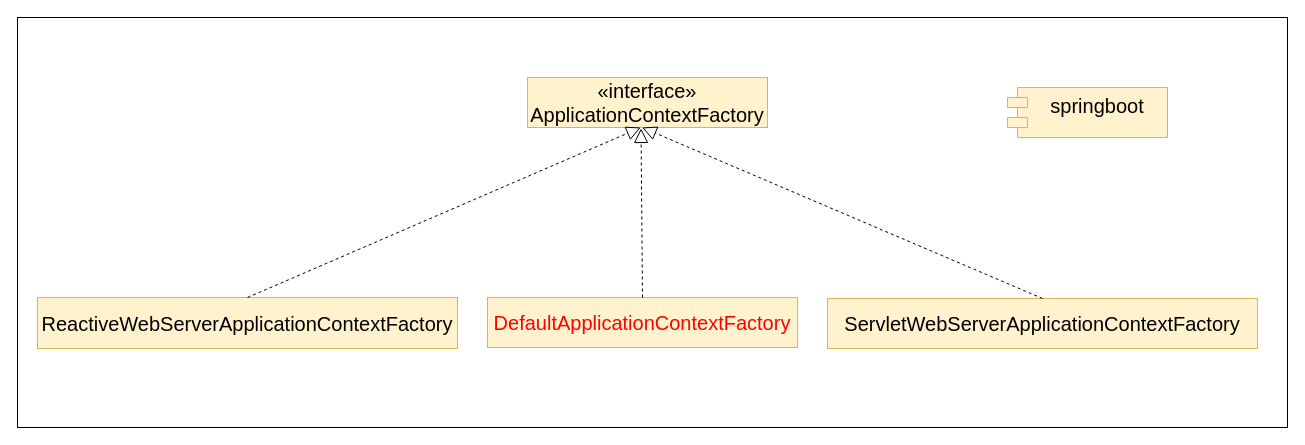
This is dubbo-learning-doc/drawio/源码分析/2_AbstractApplicationContext_refresh方法/主要类图/ApplicationContextFactory类图.drawio from czwer/dubbo-learning, a draw.io file, before an edit. Source tidied: cells renumbered, new cells numbered last; positions are measured from the earlier drawing's top-left corner, leaving out a move shared by most shapes. Both pictures are drawn from the tidied source at 100%, with x=0, y=0 at pixel (17, 17).
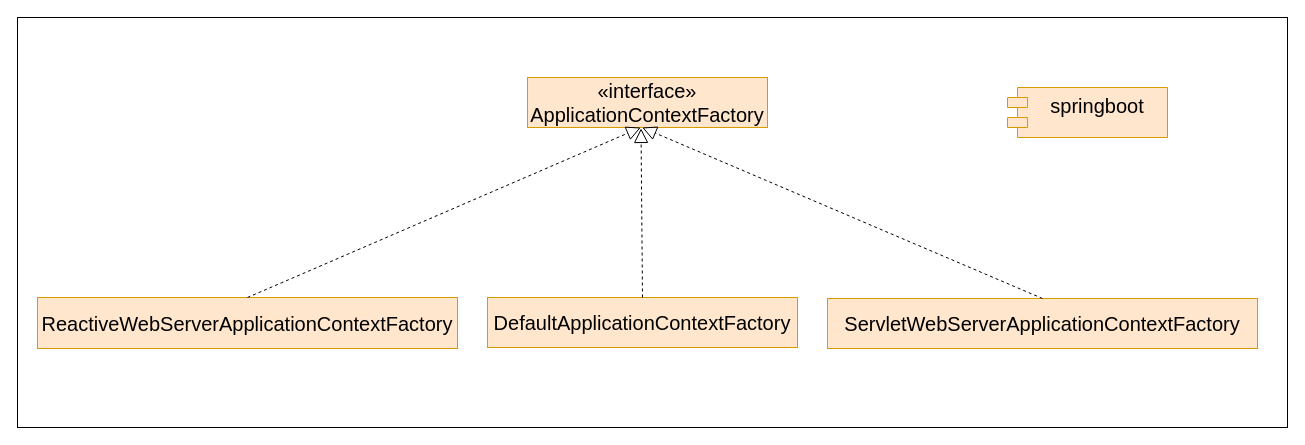
The same page after the edit.

Diff of the diagram source:
```diff
@@
 <mxGraphModel>
   <root>
     <mxCell id="0" />
     <mxCell id="1" parent="0" />
     <mxCell id="2" style="rounded=0;whiteSpace=wrap;html=1;" parent="1" vertex="1">
       <mxGeometry width="1270" height="410" as="geometry" />
     </mxCell>
-    <mxCell id="3" value="&lt;div&gt;ReactiveWebServerApplicationContextFactory&lt;/div&gt;" style="html=1;whiteSpace=wrap;fontSize=20;verticalAlign=middle;align=center;fillColor=#fff2cc;strokeColor=#d6b656;" parent="1" vertex="1">
+    <mxCell id="3" value="&lt;div&gt;ReactiveWebServerApplicationContextFactory&lt;/div&gt;" style="html=1;whiteSpace=wrap;fontSize=20;verticalAlign=middle;align=center;fillColor=#ffe6cc;strokeColor=#d79b00;" parent="1" vertex="1">
       <mxGeometry x="20" y="280" width="420" height="51" as="geometry" />
     </mxCell>
-    <mxCell id="4" value="DefaultApplicationContextFactory" style="html=1;whiteSpace=wrap;fontSize=20;fontStyle=0;fillColor=#fff2cc;strokeColor=#d6b656;fontColor=#FF0000;" parent="1" vertex="1">
+    <mxCell id="4" value="DefaultApplicationContextFactory" style="html=1;whiteSpace=wrap;fontSize=20;fontStyle=0;fillColor=#ffe6cc;strokeColor=#d79b00;" parent="1" vertex="1">
       <mxGeometry x="470" y="280" width="310" height="50" as="geometry" />
     </mxCell>
-    <mxCell id="5" value="«interface»&lt;br&gt;ApplicationContextFactory" style="html=1;whiteSpace=wrap;fontSize=20;fontStyle=0;fillColor=#fff2cc;strokeColor=#d6b656;" parent="1" vertex="1">
+    <mxCell id="5" value="«interface»&lt;br&gt;ApplicationContextFactory" style="html=1;whiteSpace=wrap;fontSize=20;fontStyle=0;fillColor=#ffe6cc;strokeColor=#d79b00;" parent="1" vertex="1">
       <mxGeometry x="510" y="60" width="240" height="50" as="geometry" />
     </mxCell>
-    <mxCell id="6" value="ServletWebServerApplicationContextFactory" style="html=1;whiteSpace=wrap;fontSize=20;fontStyle=0;fillColor=#fff2cc;strokeColor=#d6b656;" parent="1" vertex="1">
+    <mxCell id="6" value="ServletWebServerApplicationContextFactory" style="html=1;whiteSpace=wrap;fontSize=20;fontStyle=0;fillColor=#ffe6cc;strokeColor=#d79b00;" parent="1" vertex="1">
       <mxGeometry x="810" y="281" width="430" height="50" as="geometry" />
     </mxCell>
-    <mxCell id="7" value="springboot&lt;div&gt;&lt;br&gt;&lt;/div&gt;" style="shape=module;align=left;spacingLeft=20;align=center;verticalAlign=top;whiteSpace=wrap;html=1;fontSize=20;fillColor=#fff2cc;strokeColor=#d6b656;" parent="1" vertex="1">
+    <mxCell id="7" value="springboot&lt;div&gt;&lt;br&gt;&lt;/div&gt;" style="shape=module;align=left;spacingLeft=20;align=center;verticalAlign=top;whiteSpace=wrap;html=1;fontSize=20;fillColor=#ffe6cc;strokeColor=#d79b00;" parent="1" vertex="1">
       <mxGeometry x="990" y="70" width="160" height="50" as="geometry" />
     </mxCell>
     <mxCell id="8" style="endArrow=block;dashed=1;endFill=0;endSize=12;html=1;rounded=0;exitX=0.5;exitY=0;exitDx=0;exitDy=0;entryX=0.472;entryY=1.001;entryDx=0;entryDy=0;entryPerimeter=0;" parent="1" edge="1" source="3" target="5">
       <mxGeometry relative="1" as="geometry" />
     </mxCell>
     <mxCell id="9" style="endArrow=block;dashed=1;endFill=0;endSize=12;html=1;rounded=0;exitX=0.5;exitY=0;exitDx=0;exitDy=0;entryX=0.473;entryY=1.019;entryDx=0;entryDy=0;entryPerimeter=0;" parent="1" edge="1" source="4" target="5">
       <mxGeometry relative="1" as="geometry" />
     </mxCell>
     <mxCell id="10" style="endArrow=block;dashed=1;endFill=0;endSize=12;html=1;rounded=0;exitX=0.5;exitY=0;exitDx=0;exitDy=0;entryX=0.478;entryY=1;entryDx=0;entryDy=0;entryPerimeter=0;" parent="1" edge="1" source="6" target="5">
       <mxGeometry relative="1" as="geometry" />
     </mxCell>
   </root>
 </mxGraphModel>
```
